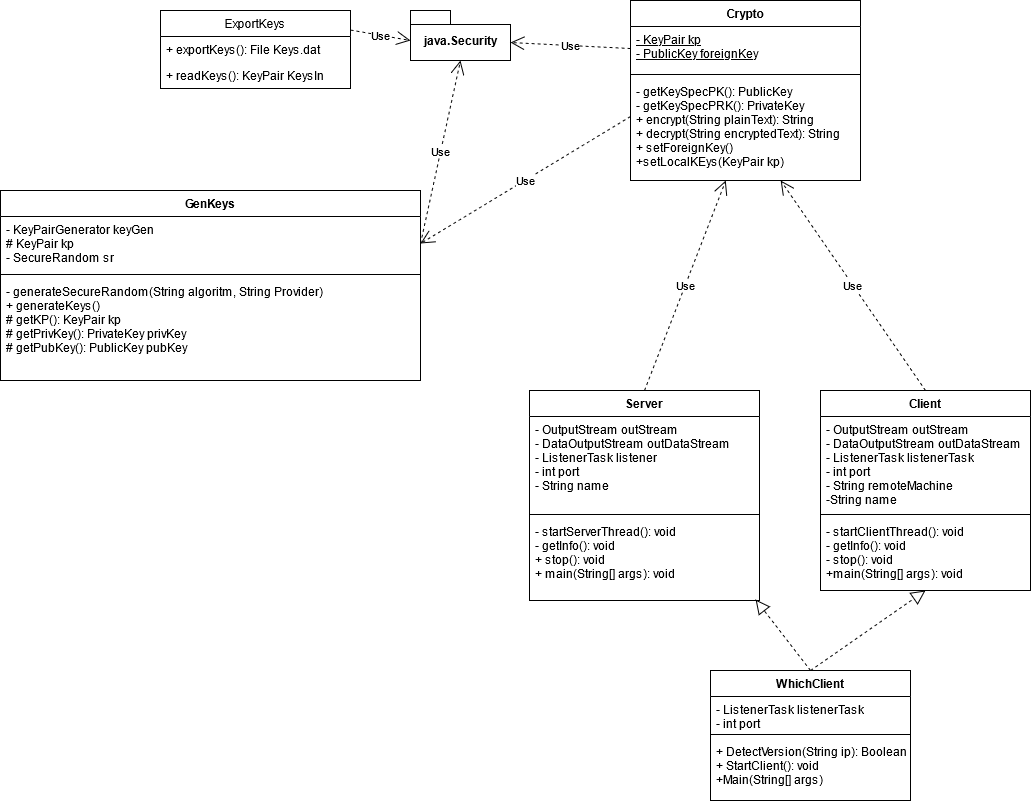
Earlier version of the draw.io export Planning/UML-Rev4.png (Proff-Dev-Grp13-SMS/SecureMessagingService). Source tidied: cells renumbered, new cells last; positions are measured from the earlier drawing's top-left corner, leaving out a move shared by most shapes.
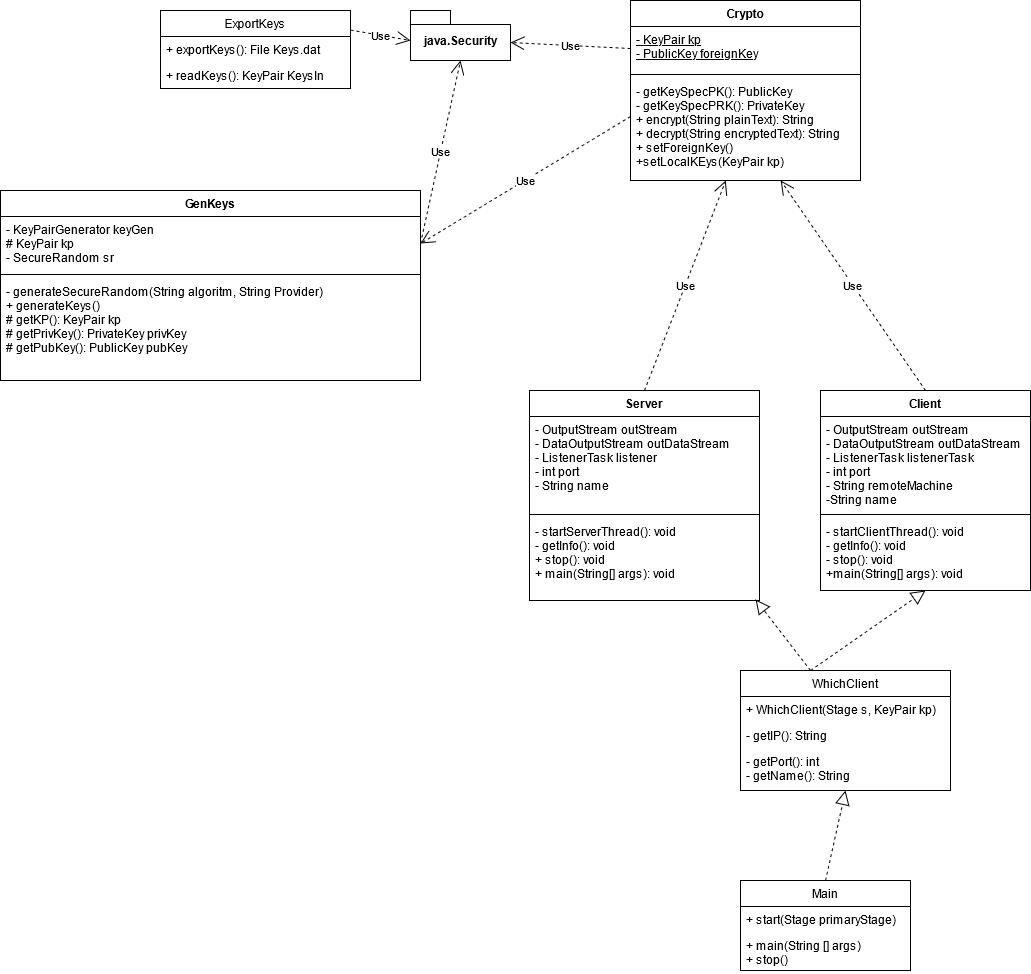
After the change.

Diff of the diagram source:
```diff
@@ -47,24 +47,16 @@
     <mxCell id="16" value="Use" style="endArrow=open;endSize=12;dashed=1;html=1;entryX=0;entryY=0;entryDx=100;entryDy=32;entryPerimeter=0;exitX=0;exitY=0.5;exitDx=0;exitDy=0;" parent="1" edge="1" source="28" target="14">
       <mxGeometry relative="1" as="geometry" />
     </mxCell>
-    <mxCell id="17" style="endArrow=block;dashed=1;endFill=0;endSize=12;html=1;entryX=0.5;entryY=1;entryDx=0;entryDy=0;exitX=0.5;exitY=0;exitDx=0;exitDy=0;" parent="1" edge="1" source="19" target="10">
-      <mxGeometry relative="1" as="geometry" />
+    <mxCell id="17" style="endArrow=block;dashed=1;endFill=0;endSize=12;html=1;entryX=0.5;entryY=1;entryDx=0;entryDy=0;exitX=0.5;exitY=0;exitDx=0;exitDy=0;" parent="1" edge="1" target="10">
+      <mxGeometry relative="1" as="geometry">
+        <mxPoint x="810" y="670" as="sourcePoint" />
+      </mxGeometry>
     </mxCell>
-    <mxCell id="18" style="endArrow=block;dashed=1;endFill=0;endSize=12;html=1;exitX=0.5;exitY=0;exitDx=0;exitDy=0;entryX=0.983;entryY=0.988;entryDx=0;entryDy=0;entryPerimeter=0;" parent="1" edge="1" source="19" target="9">
-      <mxGeometry relative="1" as="geometry" />
+    <mxCell id="18" style="endArrow=block;dashed=1;endFill=0;endSize=12;html=1;exitX=0.5;exitY=0;exitDx=0;exitDy=0;entryX=0.983;entryY=0.988;entryDx=0;entryDy=0;entryPerimeter=0;" parent="1" edge="1" target="9">
+      <mxGeometry relative="1" as="geometry">
+        <mxPoint x="810" y="670" as="sourcePoint" />
+      </mxGeometry>
     </mxCell>
-    <mxCell id="19" value="WhichClient" style="swimlane;fontStyle=1;align=center;verticalAlign=top;horizontal=1;startSize=26;" parent="1" vertex="1">
-      <mxGeometry x="710" y="670" width="200" height="130" as="geometry" />
-    </mxCell>
-    <mxCell id="20" value="- ListenerTask listenerTask&#10;- int port" style="text;strokeColor=none;fillColor=none;align=left;verticalAlign=top;spacingLeft=4;spacingRight=4;overflow=hidden;" parent="19" vertex="1">
-      <mxGeometry y="26" width="200" height="34" as="geometry" />
-    </mxCell>
-    <mxCell id="21" style="line;strokeWidth=1;fillColor=none;align=left;verticalAlign=middle;spacingTop=-1;spacingLeft=3;spacingRight=3;labelPosition=right;" parent="19" vertex="1">
-      <mxGeometry y="60" width="200" height="8" as="geometry" />
-    </mxCell>
-    <mxCell id="22" value="+ DetectVersion(String ip): Boolean&#10;+ StartClient(): void&#10;+Main(String[] args)&#10;&#10;" style="text;strokeColor=none;fillColor=none;align=left;verticalAlign=top;spacingLeft=4;spacingRight=4;overflow=hidden;" parent="19" vertex="1">
-      <mxGeometry y="68" width="200" height="62" as="geometry" />
-    </mxCell>
     <mxCell id="23" value="ExportKeys" style="swimlane;fontStyle=0;horizontal=1;startSize=26;fillColor=none;" parent="1" vertex="1">
       <mxGeometry x="160" y="10" width="190" height="78" as="geometry" />
     </mxCell>
@@ -102,5 +94,29 @@
     <mxCell id="33" value="Use" style="endArrow=open;endSize=12;dashed=1;html=1;exitX=0.5;exitY=0;exitDx=0;exitDy=0;" parent="1" edge="1" source="10" target="30">
       <mxGeometry relative="1" as="geometry" />
     </mxCell>
+    <mxCell id="34" value="Main" style="swimlane;fontStyle=0;horizontal=1;startSize=26;fillColor=none;" parent="1" vertex="1">
+      <mxGeometry x="740" y="880" width="170" height="90" as="geometry" />
+    </mxCell>
+    <mxCell id="35" value="+ start(Stage primaryStage)" style="text;strokeColor=none;fillColor=none;align=left;verticalAlign=top;spacingLeft=4;spacingRight=4;overflow=hidden;" parent="34" vertex="1">
+      <mxGeometry y="26" width="170" height="26" as="geometry" />
+    </mxCell>
+    <mxCell id="36" value="+ main(String [] args)&#10;+ stop()&#10;" style="text;strokeColor=none;fillColor=none;align=left;verticalAlign=top;spacingLeft=4;spacingRight=4;overflow=hidden;" parent="34" vertex="1">
+      <mxGeometry y="52" width="170" height="38" as="geometry" />
+    </mxCell>
+    <mxCell id="37" style="endArrow=block;dashed=1;endFill=0;endSize=12;html=1;exitX=0.5;exitY=0;exitDx=0;exitDy=0;entryX=0.5;entryY=1;entryDx=0;entryDy=0;" parent="1" edge="1" source="34" target="19">
+      <mxGeometry relative="1" as="geometry" />
+    </mxCell>
+    <mxCell id="19" value="WhichClient" style="swimlane;fontStyle=0;horizontal=1;startSize=26;fillColor=none;" parent="1" vertex="1">
+      <mxGeometry x="740" y="670" width="210" height="120" as="geometry" />
+    </mxCell>
+    <mxCell id="38" value="+ WhichClient(Stage s, KeyPair kp)" style="text;strokeColor=none;fillColor=none;align=left;verticalAlign=top;spacingLeft=4;spacingRight=4;overflow=hidden;" parent="19" vertex="1">
+      <mxGeometry y="26" width="210" height="26" as="geometry" />
+    </mxCell>
+    <mxCell id="39" value="- getIP(): String" style="text;strokeColor=none;fillColor=none;align=left;verticalAlign=top;spacingLeft=4;spacingRight=4;overflow=hidden;" parent="19" vertex="1">
+      <mxGeometry y="52" width="210" height="26" as="geometry" />
+    </mxCell>
+    <mxCell id="40" value="- getPort(): int&#10;- getName(): String&#10;" style="text;strokeColor=none;fillColor=none;align=left;verticalAlign=top;spacingLeft=4;spacingRight=4;overflow=hidden;" parent="19" vertex="1">
+      <mxGeometry y="78" width="210" height="42" as="geometry" />
+    </mxCell>
   </root>
 </mxGraphModel>
```
